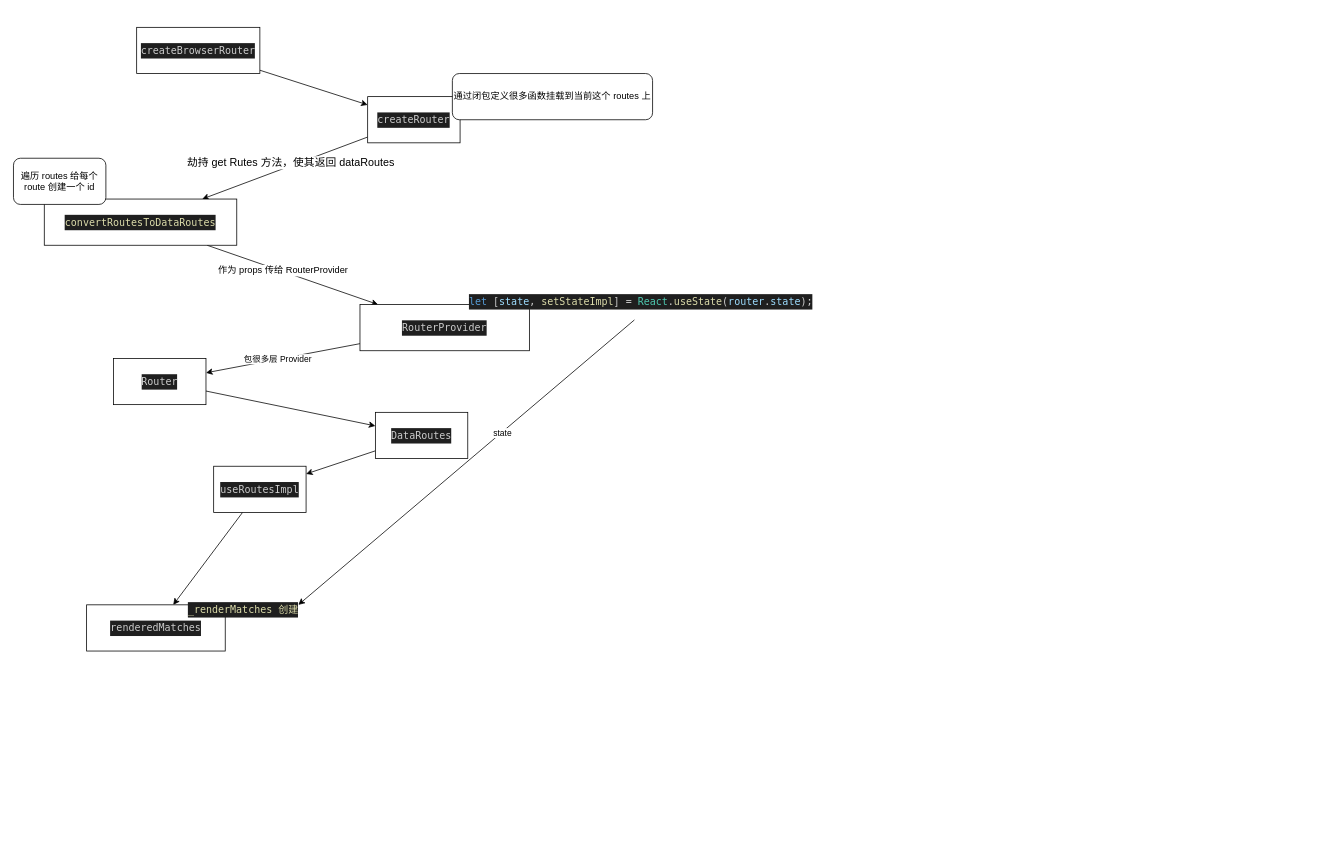
Above: react-router.drawio in wine-fall/drawioDisk (draw.io), before the change. Source tidied: cells renumbered, new cells numbered last; positions are measured from the earlier drawing's top-left corner, leaving out a move shared by most shapes. Both pictures are drawn from the tidied source at 77%, with x=0, y=0 at pixel (13, 27).
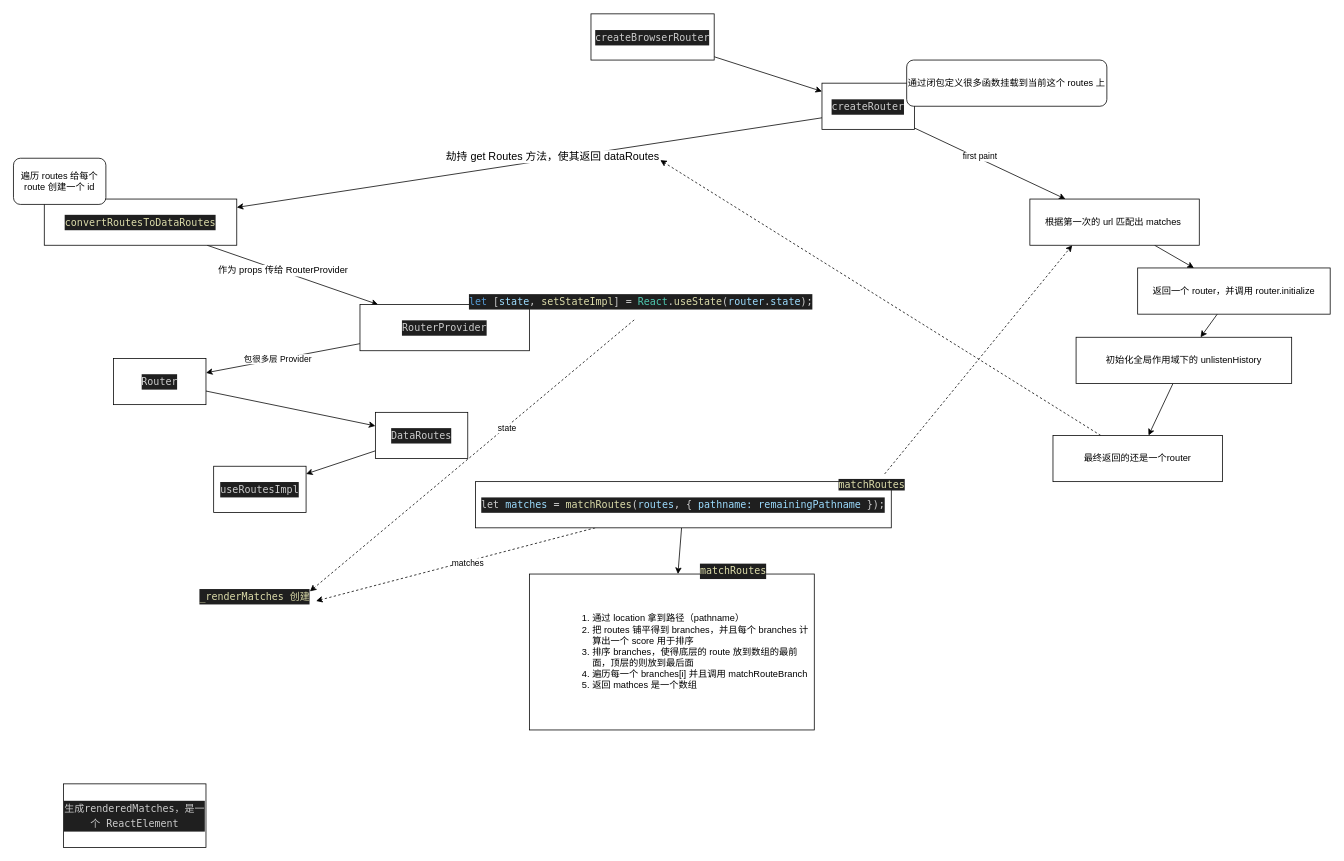
After the change.

The change refers to these unchanged cells:
```xml
<mxCell id="9" value="&lt;div style=&quot;color: rgb(204, 204, 204); background-color: rgb(31, 31, 31); font-family: Menlo, Monaco, &amp;quot;Courier New&amp;quot;, monospace; font-weight: normal; font-size: 13px; line-height: 20px;&quot;&gt;&lt;div&gt;&lt;span style=&quot;color: #dcdcaa;&quot;&gt;convertRoutesToDataRoutes&lt;/span&gt;&lt;/div&gt;&lt;/div&gt;" style="rounded=0;whiteSpace=wrap;html=1;" parent="1" vertex="1">
  <mxGeometry x="40" y="223" width="250" height="60" as="geometry" />
</mxCell>
<mxCell id="20" value="&lt;div style=&quot;color: rgb(204, 204, 204); background-color: rgb(31, 31, 31); font-family: Menlo, Monaco, &amp;quot;Courier New&amp;quot;, monospace; font-size: 13px; line-height: 20px;&quot;&gt;useRoutesImpl&lt;/div&gt;" style="rounded=0;whiteSpace=wrap;html=1;" parent="1" vertex="1">
  <mxGeometry x="260" y="570" width="120" height="60" as="geometry" />
</mxCell>
<mxCell id="25" value="&lt;div style=&quot;color: rgb(204, 204, 204); background-color: rgb(31, 31, 31); font-family: Menlo, Monaco, &amp;quot;Courier New&amp;quot;, monospace; font-weight: normal; font-size: 13px; line-height: 20px;&quot;&gt;&lt;div&gt;&lt;span style=&quot;color: #569cd6;&quot;&gt;let&lt;/span&gt;&lt;span style=&quot;color: #cccccc;&quot;&gt; [&lt;/span&gt;&lt;span style=&quot;color: #9cdcfe;&quot;&gt;state&lt;/span&gt;&lt;span style=&quot;color: #cccccc;&quot;&gt;, &lt;/span&gt;&lt;span style=&quot;color: #dcdcaa;&quot;&gt;setStateImpl&lt;/span&gt;&lt;span style=&quot;color: #cccccc;&quot;&gt;] &lt;/span&gt;&lt;span style=&quot;color: #d4d4d4;&quot;&gt;=&lt;/span&gt;&lt;span style=&quot;color: #cccccc;&quot;&gt; &lt;/span&gt;&lt;span style=&quot;color: #4ec9b0;&quot;&gt;React&lt;/span&gt;&lt;span style=&quot;color: #cccccc;&quot;&gt;.&lt;/span&gt;&lt;span style=&quot;color: #dcdcaa;&quot;&gt;useState&lt;/span&gt;&lt;span style=&quot;color: #cccccc;&quot;&gt;(&lt;/span&gt;&lt;span style=&quot;color: #9cdcfe;&quot;&gt;router&lt;/span&gt;&lt;span style=&quot;color: #cccccc;&quot;&gt;.&lt;/span&gt;&lt;span style=&quot;color: #9cdcfe;&quot;&gt;state&lt;/span&gt;&lt;span style=&quot;color: #cccccc;&quot;&gt;);&lt;/span&gt;&lt;/div&gt;&lt;/div&gt;" style="text;whiteSpace=wrap;html=1;" parent="1" vertex="1">
  <mxGeometry x="590" y="340" width="480" height="40" as="geometry" />
</mxCell>
```

What changed in the source:
```diff
@@
     <mxCell id="3" value="&lt;div style=&quot;color: rgb(204, 204, 204); background-color: rgb(31, 31, 31); font-family: Menlo, Monaco, &amp;quot;Courier New&amp;quot;, monospace; font-size: 13px; line-height: 20px;&quot;&gt;createBrowserRouter&lt;/div&gt;" style="rounded=0;whiteSpace=wrap;html=1;" parent="1" vertex="1">
-      <mxGeometry x="160" width="160" height="60" as="geometry" />
+      <mxGeometry x="750" y="-17.5" width="160" height="60" as="geometry" />
     </mxCell>
-    <mxCell id="4" style="rounded=0;jettySize=auto;html=1;" parent="1" edge="1" source="6" target="9">
+    <mxCell id="4" style="rounded=0;jettySize=auto;html=1;exitX=0;exitY=0.75;exitDx=0;exitDy=0;" parent="1" edge="1" source="6" target="9">
       <mxGeometry relative="1" as="geometry" />
     </mxCell>
-    <mxCell id="5" value="&lt;font style=&quot;font-size: 14px;&quot;&gt;劫持 get Rutes 方法，使其返回 dataRoutes&lt;/font&gt;" style="edgeLabel;html=1;align=center;verticalAlign=middle;" parent="4" vertex="1">
+    <mxCell id="5" value="&lt;font style=&quot;font-size: 14px;&quot;&gt;劫持 get Routes 方法，使其返回 dataRoutes&lt;/font&gt;" style="edgeLabel;html=1;align=center;verticalAlign=middle;" parent="4" vertex="1">
       <mxGeometry x="-0.08" y="-4" relative="1" as="geometry" />
     </mxCell>
+    <mxCell id="26" style="edgeStyle=none;rounded=0;jettySize=auto;html=1;" parent="1" edge="1" source="6" target="35">
+      <mxGeometry relative="1" as="geometry" />
+    </mxCell>
+    <mxCell id="27" value="first paint" style="edgeLabel;html=1;align=center;verticalAlign=middle;" parent="26" vertex="1">
+      <mxGeometry x="-0.15" y="3" relative="1" as="geometry" />
+    </mxCell>
     <mxCell id="6" value="&lt;div style=&quot;color: rgb(204, 204, 204); background-color: rgb(31, 31, 31); font-family: Menlo, Monaco, &amp;quot;Courier New&amp;quot;, monospace; font-size: 13px; line-height: 20px;&quot;&gt;createRouter&lt;/div&gt;" style="rounded=0;whiteSpace=wrap;html=1;" parent="1" vertex="1">
-      <mxGeometry x="460" y="90" width="120" height="60" as="geometry" />
+      <mxGeometry x="1050" y="72.5" width="120" height="60" as="geometry" />
     </mxCell>
@@
     <mxCell id="11" value="通过闭包定义很多函数挂载到当前这个 routes 上" style="rounded=1;whiteSpace=wrap;html=1;" parent="1" vertex="1">
-      <mxGeometry x="570" y="60" width="260" height="60" as="geometry" />
+      <mxGeometry x="1160" y="42.5" width="260" height="60" as="geometry" />
     </mxCell>
@@
-    <mxCell id="19" style="edgeStyle=none;rounded=0;jettySize=auto;html=1;" parent="1" edge="1" source="20" target="21">
-      <mxGeometry relative="1" as="geometry" />
-    </mxCell>
@@
-    <mxCell id="21" value="&lt;div style=&quot;color: rgb(204, 204, 204); background-color: rgb(31, 31, 31); font-family: Menlo, Monaco, &amp;quot;Courier New&amp;quot;, monospace; font-size: 13px; line-height: 20px;&quot;&gt;renderedMatches&lt;/div&gt;" style="rounded=0;whiteSpace=wrap;html=1;" parent="1" vertex="1">
-      <mxGeometry x="95" y="750" width="180" height="60" as="geometry" />
+    <mxCell id="21" value="&lt;div style=&quot;color: rgb(204, 204, 204); background-color: rgb(31, 31, 31); font-family: Menlo, Monaco, &amp;quot;Courier New&amp;quot;, monospace; font-size: 13px; line-height: 20px;&quot;&gt;生成renderedMatches，是一个 ReactElement&lt;/div&gt;" style="rounded=0;whiteSpace=wrap;html=1;" parent="1" vertex="1">
+      <mxGeometry x="65" y="982.5" width="185" height="82.5" as="geometry" />
     </mxCell>
     <mxCell id="22" value="&lt;div style=&quot;color: rgb(204, 204, 204); background-color: rgb(31, 31, 31); font-family: Menlo, Monaco, &amp;quot;Courier New&amp;quot;, monospace; font-weight: normal; font-size: 13px; line-height: 20px;&quot;&gt;&lt;div&gt;&lt;span style=&quot;color: #dcdcaa;&quot;&gt;_renderMatches 创建&lt;/span&gt;&lt;/div&gt;&lt;/div&gt;" style="text;whiteSpace=wrap;html=1;" parent="1" vertex="1">
-      <mxGeometry x="225" y="740" width="160" height="40" as="geometry" />
+      <mxGeometry x="240" y="722.5" width="160" height="40" as="geometry" />
     </mxCell>
-    <mxCell id="23" style="edgeStyle=none;rounded=0;jettySize=auto;html=1;entryX=0.906;entryY=0.25;entryDx=0;entryDy=0;entryPerimeter=0;" parent="1" edge="1" source="25" target="22">
+    <mxCell id="23" style="edgeStyle=none;rounded=0;jettySize=auto;html=1;entryX=0.906;entryY=0.25;entryDx=0;entryDy=0;entryPerimeter=0;dashed=1;" parent="1" edge="1" source="25" target="22">
       <mxGeometry relative="1" as="geometry" />
     </mxCell>
@@
+    <mxCell id="28" style="edgeStyle=none;rounded=0;jettySize=auto;html=1;dashed=1;entryX=0.956;entryY=0.562;entryDx=0;entryDy=0;entryPerimeter=0;" parent="1" edge="1" source="31" target="22">
+      <mxGeometry relative="1" as="geometry" />
+    </mxCell>
+    <mxCell id="29" value="matches" style="edgeLabel;html=1;align=center;verticalAlign=middle;" parent="28" vertex="1">
+      <mxGeometry x="-0.08" y="2" relative="1" as="geometry" />
+    </mxCell>
+    <mxCell id="30" style="edgeStyle=none;rounded=0;jettySize=auto;html=1;" parent="1" edge="1" source="31" target="32">
+      <mxGeometry relative="1" as="geometry" />
+    </mxCell>
+    <mxCell id="31" value="&lt;div style=&quot;color: rgb(204, 204, 204); background-color: rgb(31, 31, 31); font-family: Menlo, Monaco, &amp;quot;Courier New&amp;quot;, monospace; font-size: 13px; line-height: 20px;&quot;&gt;let &lt;span style=&quot;color: #9cdcfe;&quot;&gt;matches&lt;/span&gt; &lt;span style=&quot;color: #d4d4d4;&quot;&gt;=&lt;/span&gt; &lt;span style=&quot;color: #dcdcaa;&quot;&gt;matchRoutes&lt;/span&gt;(&lt;span style=&quot;color: #9cdcfe;&quot;&gt;routes&lt;/span&gt;, { &lt;span style=&quot;color: #9cdcfe;&quot;&gt;pathname&lt;/span&gt;&lt;span style=&quot;color: #9cdcfe;&quot;&gt;:&lt;/span&gt; &lt;span style=&quot;color: #9cdcfe;&quot;&gt;remainingPathname&lt;/span&gt; });&lt;/div&gt;" style="rounded=0;whiteSpace=wrap;html=1;" parent="1" vertex="1">
+      <mxGeometry x="600" y="590" width="540" height="60" as="geometry" />
+    </mxCell>
+    <mxCell id="32" value="&lt;blockquote style=&quot;margin: 0 0 0 40px; border: none; padding: 0px;&quot;&gt;&lt;ol&gt;&lt;li&gt;通过 location 拿到路径（pathname）&lt;/li&gt;&lt;li&gt;把 routes 铺平得到 branches，并且每个 branches 计算出一个 score 用于排序&lt;/li&gt;&lt;li&gt;排序 branches，使得底层的 route 放到数组的最前面，顶层的则放到最后面&lt;/li&gt;&lt;li&gt;遍历每一个 branches[i] 并且调用&amp;nbsp;matchRouteBranch&lt;/li&gt;&lt;li&gt;返回 mathces 是一个数组&lt;/li&gt;&lt;/ol&gt;&lt;/blockquote&gt;" style="rounded=0;whiteSpace=wrap;html=1;align=left;" parent="1" vertex="1">
+      <mxGeometry x="670" y="710" width="370" height="202.5" as="geometry" />
+    </mxCell>
+    <mxCell id="33" value="&lt;div style=&quot;color: rgb(204, 204, 204); background-color: rgb(31, 31, 31); font-family: Menlo, Monaco, &amp;quot;Courier New&amp;quot;, monospace; font-weight: normal; font-size: 13px; line-height: 20px;&quot;&gt;&lt;div&gt;&lt;span style=&quot;color: #dcdcaa;&quot;&gt;matchRoutes&lt;/span&gt;&lt;/div&gt;&lt;/div&gt;" style="text;whiteSpace=wrap;html=1;" parent="1" vertex="1">
+      <mxGeometry x="890" y="690" width="90" height="40" as="geometry" />
+    </mxCell>
+    <mxCell id="34" style="edgeStyle=none;rounded=0;jettySize=auto;html=1;" parent="1" edge="1" source="35" target="39">
+      <mxGeometry relative="1" as="geometry" />
+    </mxCell>
+    <mxCell id="35" value="根据第一次的 url 匹配出 matches&amp;nbsp;" style="rounded=0;whiteSpace=wrap;html=1;" parent="1" vertex="1">
+      <mxGeometry x="1320" y="223" width="220" height="60" as="geometry" />
+    </mxCell>
+    <mxCell id="36" style="edgeStyle=none;rounded=0;jettySize=auto;html=1;entryX=0.25;entryY=1;entryDx=0;entryDy=0;dashed=1;" parent="1" edge="1" source="37" target="35">
+      <mxGeometry relative="1" as="geometry" />
+    </mxCell>
+    <mxCell id="37" value="&lt;span style=&quot;color: rgb(220, 220, 170); font-family: Menlo, Monaco, &amp;quot;Courier New&amp;quot;, monospace; font-size: 13px; font-style: normal; font-variant-ligatures: normal; font-variant-caps: normal; font-weight: 400; letter-spacing: normal; orphans: 2; text-align: center; text-indent: 0px; text-transform: none; widows: 2; word-spacing: 0px; -webkit-text-stroke-width: 0px; background-color: rgb(31, 31, 31); text-decoration-thickness: initial; text-decoration-style: initial; text-decoration-color: initial; float: none; display: inline !important;&quot;&gt;matchRoutes&lt;/span&gt;" style="text;whiteSpace=wrap;html=1;" parent="1" vertex="1">
+      <mxGeometry x="1070" y="580" width="90" height="40" as="geometry" />
+    </mxCell>
+    <mxCell id="38" style="edgeStyle=none;rounded=0;jettySize=auto;html=1;" parent="1" edge="1" source="39" target="41">
+      <mxGeometry relative="1" as="geometry" />
+    </mxCell>
+    <mxCell id="39" value="返回一个 router，并调用 router.initialize" style="rounded=0;whiteSpace=wrap;html=1;" parent="1" vertex="1">
+      <mxGeometry x="1460" y="312.5" width="250" height="60" as="geometry" />
+    </mxCell>
+    <mxCell id="40" style="edgeStyle=none;rounded=0;jettySize=auto;html=1;" parent="1" edge="1" source="41" target="43">
+      <mxGeometry relative="1" as="geometry" />
+    </mxCell>
+    <mxCell id="41" value="初始化全局作用域下的&amp;nbsp;unlistenHistory" style="rounded=0;whiteSpace=wrap;html=1;" parent="1" vertex="1">
+      <mxGeometry x="1380" y="402.5" width="280" height="60" as="geometry" />
+    </mxCell>
+    <mxCell id="42" style="edgeStyle=none;rounded=0;jettySize=auto;html=1;dashed=1;" parent="1" edge="1" source="43">
+      <mxGeometry relative="1" as="geometry">
+        <mxPoint x="840" y="172.5" as="targetPoint" />
+      </mxGeometry>
+    </mxCell>
+    <mxCell id="43" value="最终返回的还是一个router" style="rounded=0;whiteSpace=wrap;html=1;" parent="1" vertex="1">
+      <mxGeometry x="1350" y="530" width="220" height="60" as="geometry" />
+    </mxCell>
```
